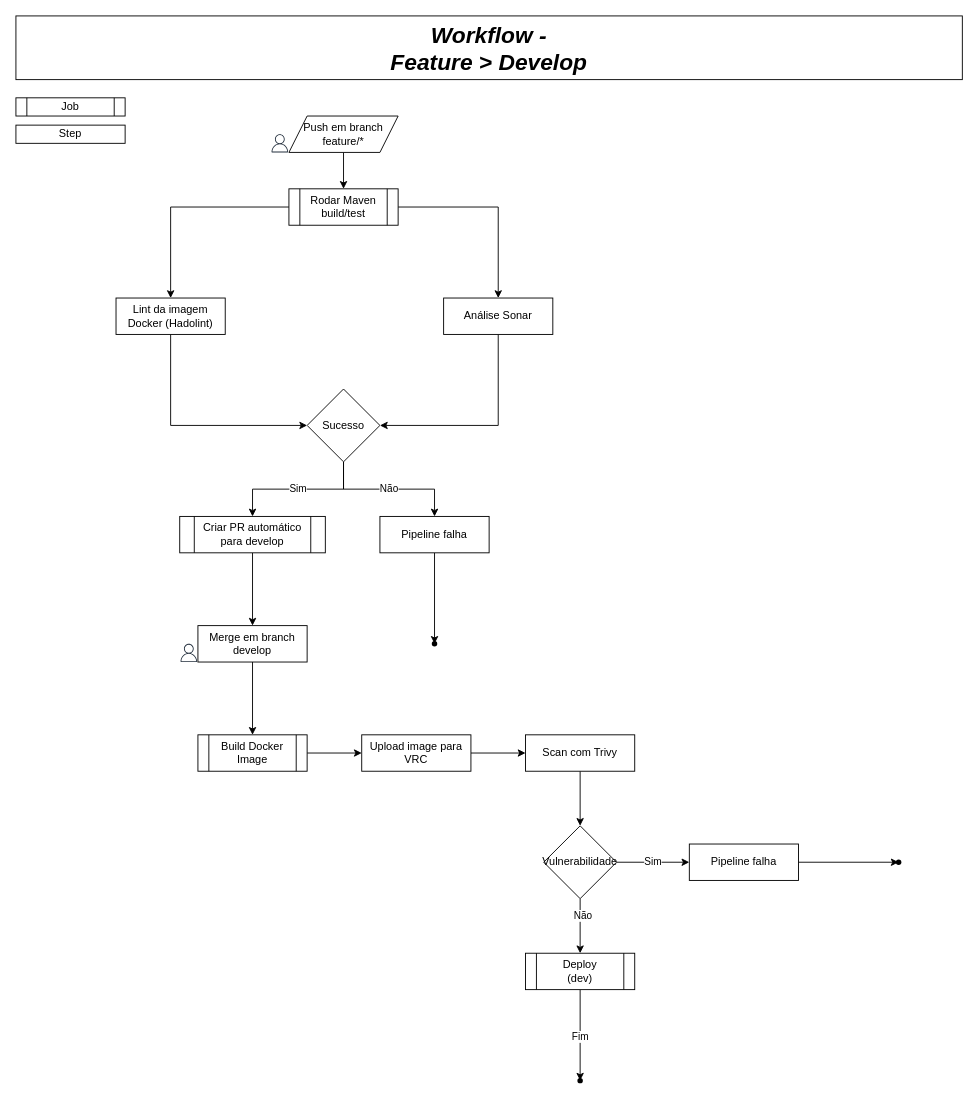
This is page "workflow" (4 of 4) of drawio/arquitetura.drawio from jhegner/kubernetes-labs, a draw.io file, before an edit. Source tidied: cells renumbered, new cells numbered last; positions are measured from the earlier drawing's top-left corner, leaving out a move shared by most shapes. Both pictures are drawn from the tidied source at 91%, with x=0, y=0 at pixel (15, 15).
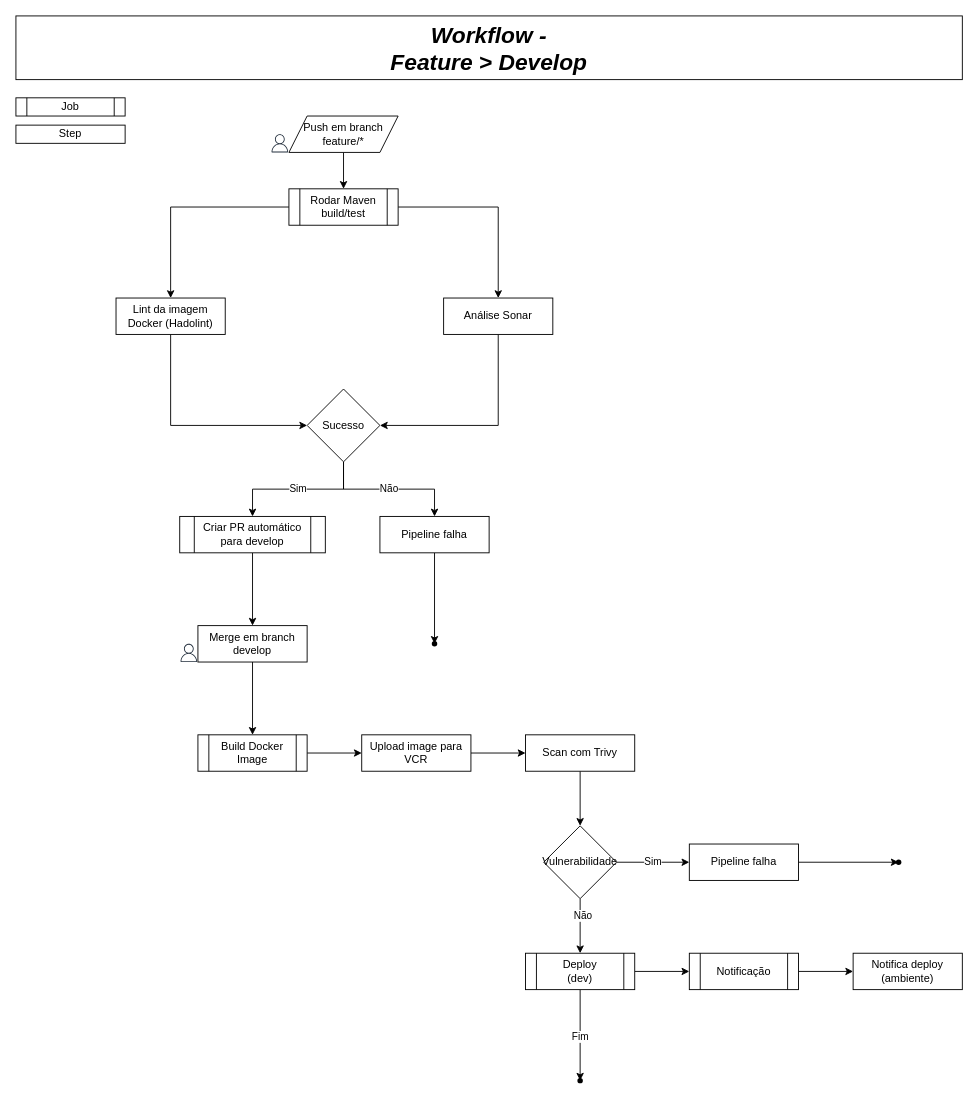
After the change.

Commit message:
docs: atualizada documentacao

Unchanged cells that the change refers to:
```xml
<mxCell id="37" value="Deploy&lt;div&gt;(dev)&lt;/div&gt;" style="shape=process;whiteSpace=wrap;html=1;backgroundOutline=1;" parent="1" vertex="1">
  <mxGeometry x="560" y="1030" width="120" height="40" as="geometry" />
</mxCell>
```

Change to the diagram source:
```diff
@@
-    <mxCell id="27" value="Upload image para VRC" style="whiteSpace=wrap;html=1;" parent="1" vertex="1">
+    <mxCell id="27" value="Upload image para VCR" style="whiteSpace=wrap;html=1;" parent="1" vertex="1">
       <mxGeometry x="380" y="790" width="120" height="40" as="geometry" />
     </mxCell>
@@
+    <mxCell id="43" style="edgeStyle=orthogonalEdgeStyle;rounded=0;jettySize=auto;html=1;" parent="1" edge="1" source="37" target="45">
+      <mxGeometry relative="1" as="geometry" />
+    </mxCell>
@@
+    <mxCell id="44" style="edgeStyle=orthogonalEdgeStyle;rounded=0;jettySize=auto;html=1;" parent="1" edge="1" source="45" target="46">
+      <mxGeometry relative="1" as="geometry" />
+    </mxCell>
+    <mxCell id="45" value="Notificação" style="shape=process;whiteSpace=wrap;html=1;backgroundOutline=1;" parent="1" vertex="1">
+      <mxGeometry x="740" y="1030" width="120" height="40" as="geometry" />
+    </mxCell>
+    <mxCell id="46" value="&lt;span style=&quot;text-wrap-mode: nowrap;&quot;&gt;Notifica deploy &lt;br&gt;(ambiente)&lt;/span&gt;" style="whiteSpace=wrap;html=1;" parent="1" vertex="1">
+      <mxGeometry x="920" y="1030" width="120" height="40" as="geometry" />
+    </mxCell>
```
